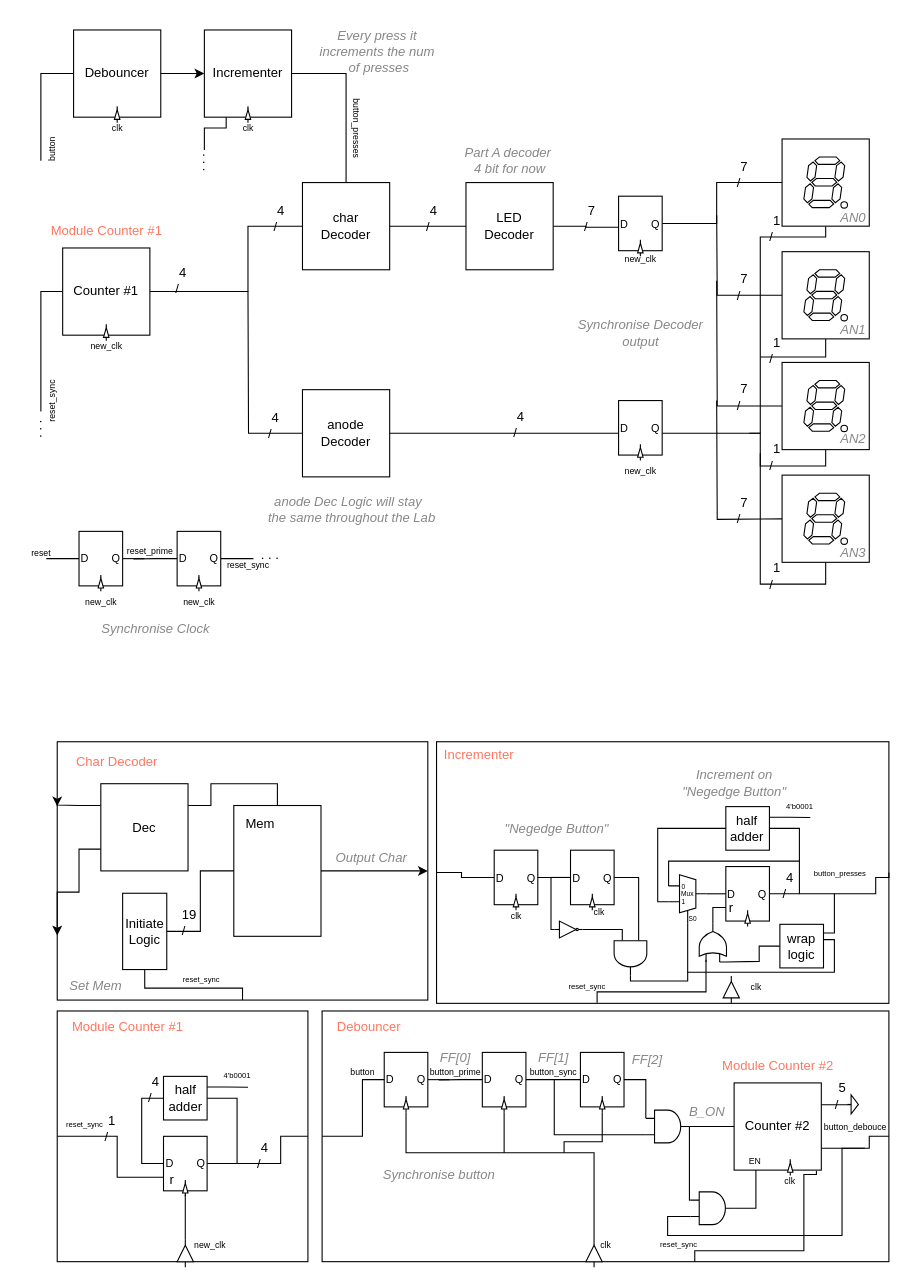
PANAGIVTHS/Vivado-Projects keeps this draw.io diagram as Lab1/DataFlow/Lab1.drawio. Above is the earlier version. Source tidied: cells renumbered, new cells numbered last; positions are measured from the earlier drawing's top-left corner, leaving out a move shared by most shapes. Both pictures are drawn from the tidied source at 109%, with x=0, y=0 at pixel (19, 19).
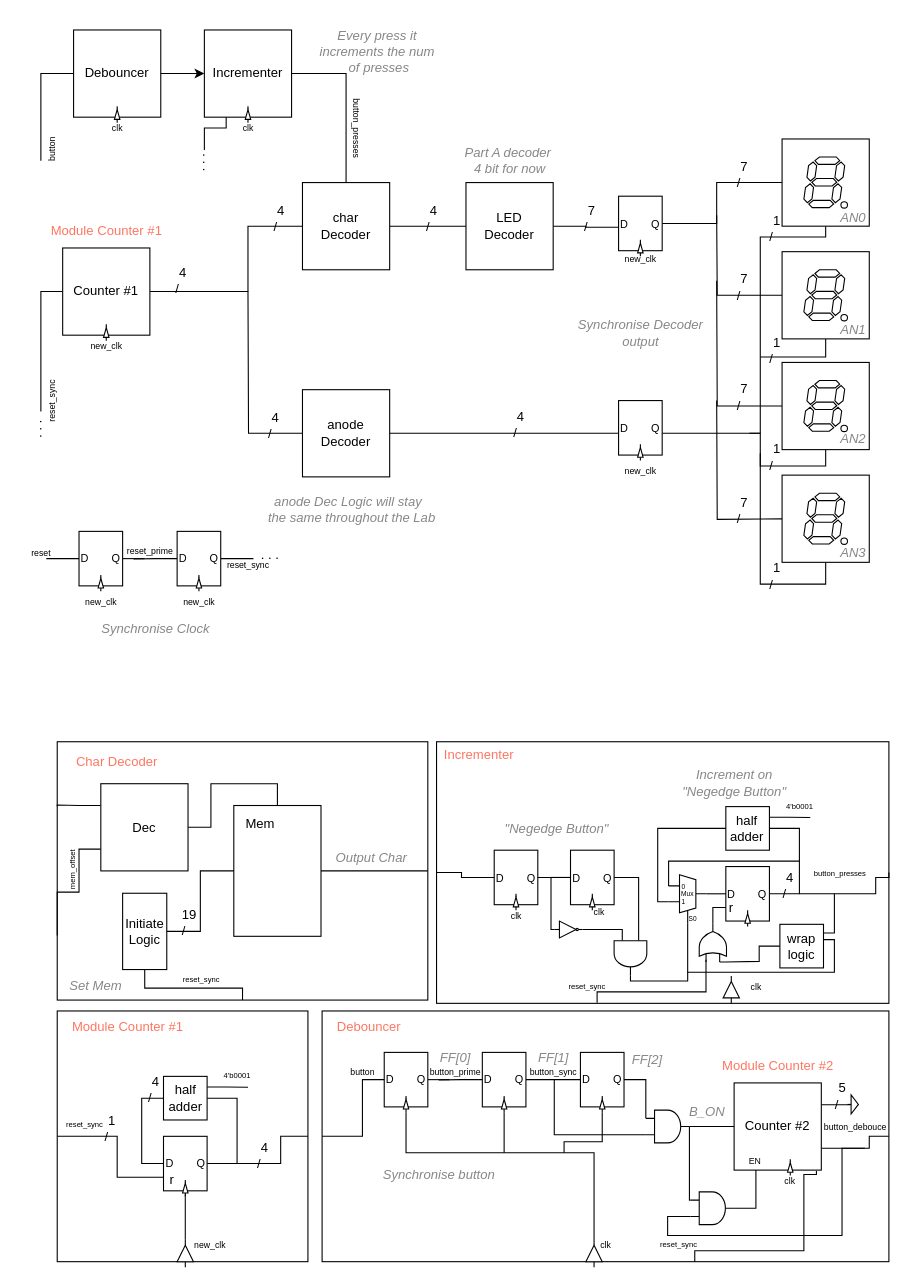
Above is the later version.

Unchanged cells that the change refers to:
```xml
<mxCell id="205" value="&lt;font color=&quot;#ff7661&quot;&gt;&amp;nbsp; &amp;nbsp;&lt;/font&gt;&lt;div&gt;&lt;font color=&quot;#ff7661&quot;&gt;&amp;nbsp; &amp;nbsp; Char Decoder&amp;nbsp; &amp;nbsp; &amp;nbsp; &amp;nbsp; &amp;nbsp; &amp;nbsp; &amp;nbsp; &amp;nbsp; &amp;nbsp; &amp;nbsp; &amp;nbsp; &amp;nbsp; &amp;nbsp; &amp;nbsp; &amp;nbsp; &amp;nbsp; &amp;nbsp; &amp;nbsp; &amp;nbsp; &amp;nbsp; &amp;nbsp; &amp;nbsp; &amp;nbsp; &amp;nbsp; &amp;nbsp; &amp;nbsp; &amp;nbsp; &amp;nbsp; &amp;nbsp; &amp;nbsp; &amp;nbsp; &amp;nbsp; &amp;nbsp; &amp;nbsp; &amp;nbsp; &amp;nbsp; &amp;nbsp; &amp;nbsp; &amp;nbsp; &amp;nbsp; &amp;nbsp; &amp;nbsp; &amp;nbsp; &amp;nbsp; &amp;nbsp; &amp;nbsp; &amp;nbsp; &amp;nbsp; &amp;nbsp; &amp;nbsp; &amp;nbsp;&lt;/font&gt;&lt;div&gt;&lt;font color=&quot;#ff7661&quot;&gt;&lt;br&gt;&lt;/font&gt;&lt;div&gt;&lt;font color=&quot;#ff7661&quot;&gt;&lt;br&gt;&lt;/font&gt;&lt;/div&gt;&lt;div&gt;&lt;font color=&quot;#ff7661&quot;&gt;&lt;br&gt;&lt;/font&gt;&lt;/div&gt;&lt;div&gt;&lt;font color=&quot;#ff7661&quot;&gt;&lt;br&gt;&lt;/font&gt;&lt;/div&gt;&lt;div&gt;&lt;font color=&quot;#ff7661&quot;&gt;&lt;br&gt;&lt;/font&gt;&lt;/div&gt;&lt;div&gt;&lt;font color=&quot;#ff7661&quot;&gt;&lt;br&gt;&lt;/font&gt;&lt;/div&gt;&lt;div&gt;&lt;font color=&quot;#ff7661&quot;&gt;&lt;br&gt;&lt;/font&gt;&lt;/div&gt;&lt;div&gt;&lt;font color=&quot;#ff7661&quot;&gt;&lt;br&gt;&lt;/font&gt;&lt;/div&gt;&lt;div&gt;&lt;font color=&quot;#ff7661&quot;&gt;&lt;br&gt;&lt;/font&gt;&lt;/div&gt;&lt;div&gt;&lt;font color=&quot;#ff7661&quot;&gt;&lt;br&gt;&lt;/font&gt;&lt;/div&gt;&lt;div&gt;&lt;font color=&quot;#ff7661&quot;&gt;&lt;br&gt;&lt;/font&gt;&lt;/div&gt;&lt;div&gt;&lt;font color=&quot;#ff7661&quot;&gt;&lt;br&gt;&lt;/font&gt;&lt;/div&gt;&lt;div&gt;&lt;font color=&quot;#ff7661&quot;&gt;&lt;br&gt;&lt;/font&gt;&lt;/div&gt;&lt;div&gt;&lt;font color=&quot;#ff7661&quot;&gt;&lt;br&gt;&lt;/font&gt;&lt;/div&gt;&lt;/div&gt;&lt;/div&gt;" style="rounded=0;whiteSpace=wrap;html=1;" parent="1" vertex="1">
  <mxGeometry x="35" y="663" width="340" height="237" as="geometry" />
</mxCell>
<mxCell id="208" value="&lt;div&gt;&lt;br&gt;&lt;/div&gt;&lt;div&gt;&lt;br&gt;&lt;/div&gt;&lt;div&gt;&lt;br&gt;&lt;/div&gt;&lt;div&gt;&lt;br&gt;&lt;/div&gt;&lt;div&gt;&lt;br&gt;&lt;/div&gt;&lt;div&gt;&lt;br&gt;&lt;/div&gt;&lt;div&gt;&lt;br&gt;&lt;/div&gt;&lt;div&gt;&lt;br&gt;&lt;/div&gt;" style="rounded=0;whiteSpace=wrap;html=1;" parent="1" vertex="1">
  <mxGeometry x="197" y="721.5" width="80" height="120" as="geometry" />
</mxCell>
<mxCell id="212" value="Dec" style="whiteSpace=wrap;html=1;" parent="1" vertex="1">
  <mxGeometry x="75" y="701.5" width="80" height="80" as="geometry" />
</mxCell>
```

Change to the diagram source:
```diff
@@
-    <mxCell id="206" style="edgeStyle=orthogonalEdgeStyle;rounded=0;jettySize=auto;html=1;exitX=1;exitY=0.5;exitDx=0;exitDy=0;entryX=1;entryY=0.5;entryDx=0;entryDy=0;" parent="1" edge="1" source="208" target="205">
+    <mxCell id="206" style="edgeStyle=orthogonalEdgeStyle;rounded=0;jettySize=auto;html=1;exitX=1;exitY=0.5;exitDx=0;exitDy=0;entryX=1;entryY=0.5;entryDx=0;entryDy=0;endArrow=none;endFill=0;" parent="1" edge="1" source="208" target="205">
       <mxGeometry relative="1" as="geometry">
         <Array as="points">
           <mxPoint x="297" y="782" />
           <mxPoint x="325" y="782" />
         </Array>
       </mxGeometry>
     </mxCell>
-    <mxCell id="207" style="edgeStyle=orthogonalEdgeStyle;rounded=0;jettySize=auto;html=1;exitX=0.5;exitY=0;exitDx=0;exitDy=0;entryX=1;entryY=0.25;entryDx=0;entryDy=0;endArrow=none;endFill=0;" parent="1" edge="1" source="208" target="212">
-      <mxGeometry relative="1" as="geometry" />
-    </mxCell>
@@
-    <mxCell id="210" style="edgeStyle=orthogonalEdgeStyle;rounded=0;jettySize=auto;html=1;exitX=0;exitY=0.25;exitDx=0;exitDy=0;entryX=0;entryY=0.25;entryDx=0;entryDy=0;" parent="1" edge="1" source="212" target="205">
+    <mxCell id="210" style="edgeStyle=orthogonalEdgeStyle;rounded=0;jettySize=auto;html=1;exitX=0;exitY=0.25;exitDx=0;exitDy=0;entryX=0;entryY=0.25;entryDx=0;entryDy=0;endArrow=none;endFill=0;" parent="1" edge="1" source="212" target="205">
       <mxGeometry relative="1" as="geometry">
         <Array as="points">
           <mxPoint x="55" y="722" />
           <mxPoint x="45" y="721" />
         </Array>
       </mxGeometry>
     </mxCell>
-    <mxCell id="211" style="edgeStyle=orthogonalEdgeStyle;rounded=0;jettySize=auto;html=1;exitX=0;exitY=0.75;exitDx=0;exitDy=0;entryX=0;entryY=0.75;entryDx=0;entryDy=0;" parent="1" edge="1" source="212" target="205">
+    <mxCell id="211" style="edgeStyle=orthogonalEdgeStyle;rounded=0;jettySize=auto;html=1;exitX=0;exitY=0.75;exitDx=0;exitDy=0;entryX=0;entryY=0.75;entryDx=0;entryDy=0;endArrow=none;endFill=0;" parent="1" edge="1" source="212" target="205">
       <mxGeometry relative="1" as="geometry">
         <Array as="points">
           <mxPoint x="55" y="762" />
           <mxPoint x="55" y="801" />
           <mxPoint x="35" y="801" />
         </Array>
       </mxGeometry>
     </mxCell>
+    <mxCell id="221" style="edgeStyle=orthogonalEdgeStyle;rounded=0;jettySize=auto;html=1;exitX=1;exitY=0.5;exitDx=0;exitDy=0;entryX=0.5;entryY=0;entryDx=0;entryDy=0;endArrow=none;endFill=0;" parent="1" edge="1" source="212" target="208">
+      <mxGeometry relative="1" as="geometry" />
+    </mxCell>
@@
+    <mxCell id="222" value="mem_offset" style="text;html=1;align=center;verticalAlign=middle;strokeColor=none;fillColor=none;fontSize=7;rotation=270;" parent="1" vertex="1">
+      <mxGeometry x="19.5" y="771.5" width="60" height="20" as="geometry" />
+    </mxCell>
```
